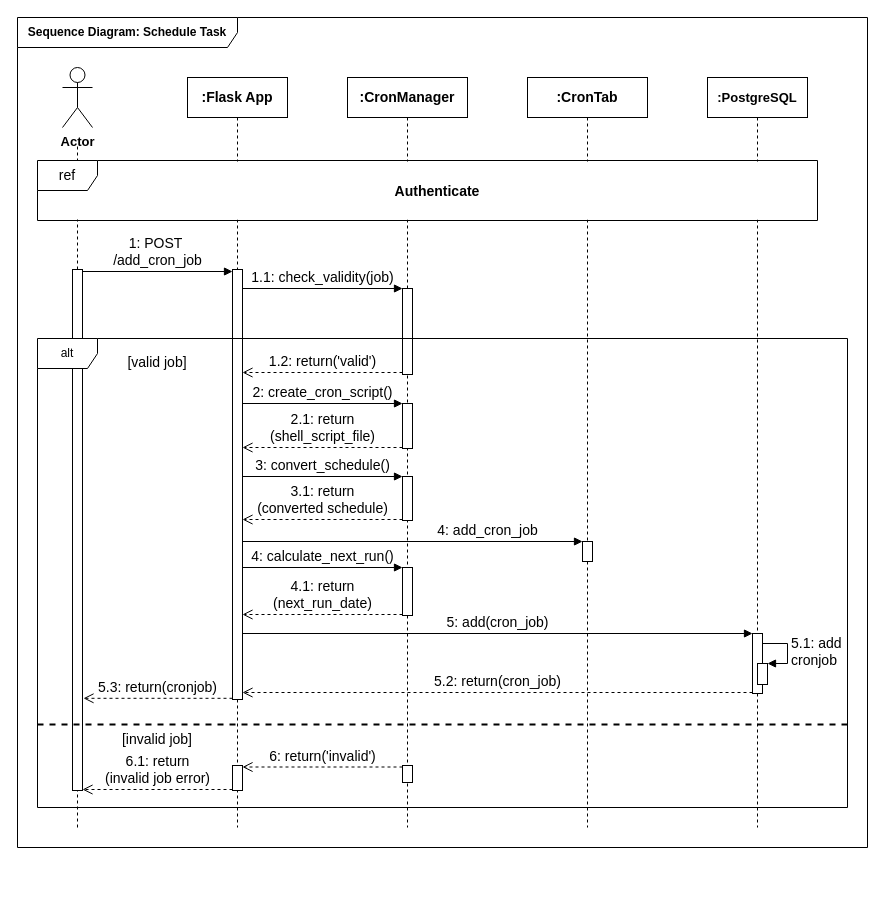
Before: sequence_schedule_task.drawio in DrXneaky/Diagram, a draw.io diagram. Source tidied: cells renumbered, new cells numbered last; positions are measured from the earlier drawing's top-left corner, leaving out a move shared by most shapes. Both pictures are drawn from the tidied source at 100%, with x=0, y=0 at pixel (17, 17).
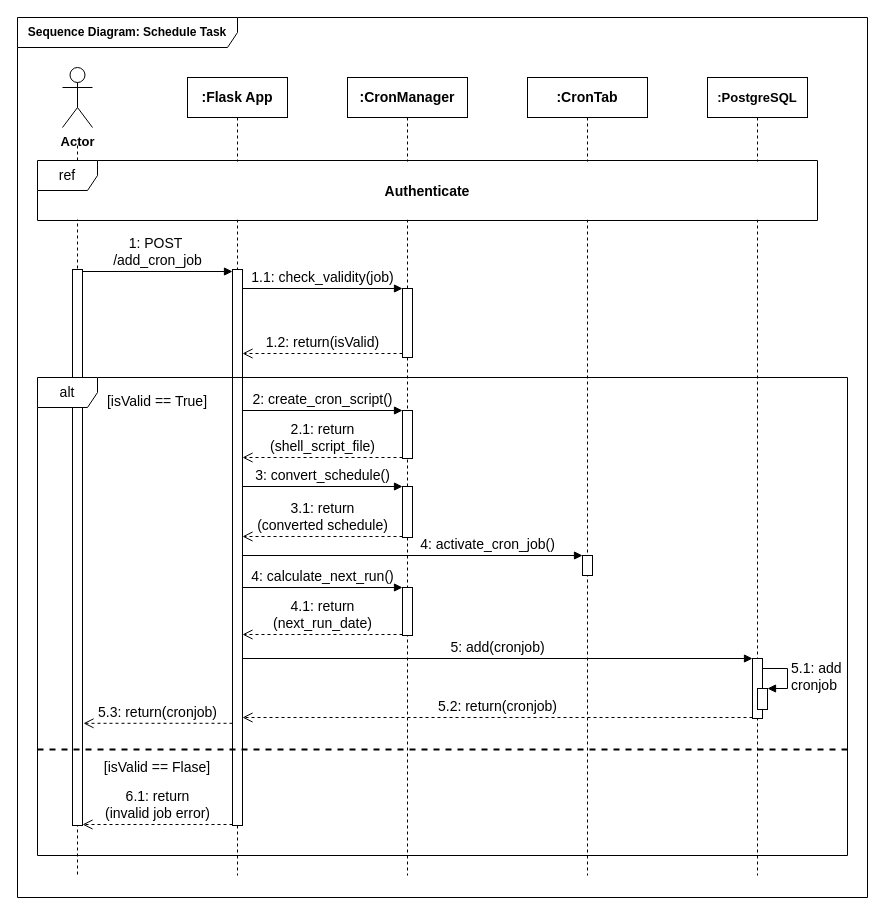
After the change.

Diff of the diagram source:
```diff
@@
     <mxCell id="2" value="&lt;b&gt;&lt;font face=&quot;Old Standard TT&quot;&gt;Sequence Diagram: Schedule Task&lt;/font&gt;&lt;/b&gt;" style="shape=umlFrame;whiteSpace=wrap;html=1;width=220;height=30;" parent="1" vertex="1">
-      <mxGeometry width="850" height="830" as="geometry" />
+      <mxGeometry width="850" height="880" as="geometry" />
     </mxCell>
     <mxCell id="3" style="endArrow=none;dashed=1;html=1;" parent="1" edge="1">
       <mxGeometry relative="1" as="geometry">
-        <mxPoint x="60" y="810" as="sourcePoint" />
+        <mxPoint x="60" y="857" as="sourcePoint" />
         <mxPoint x="60" y="128" as="targetPoint" />
       </mxGeometry>
     </mxCell>
     <mxCell id="4" value="&lt;font face=&quot;Old Standard TT&quot; size=&quot;1&quot;&gt;&lt;b style=&quot;font-size: 14px&quot;&gt;:CronTab&lt;/b&gt;&lt;/font&gt;" style="shape=umlLifeline;perimeter=lifelinePerimeter;whiteSpace=wrap;html=1;" parent="1" vertex="1">
-      <mxGeometry x="510" y="60" width="120" height="750" as="geometry" />
+      <mxGeometry x="510" y="60" width="120" height="798" as="geometry" />
     </mxCell>
     <mxCell id="5" value="&lt;font face=&quot;Old Standard TT&quot; size=&quot;1&quot;&gt;&lt;b style=&quot;font-size: 13px&quot;&gt;:PostgreSQL&lt;/b&gt;&lt;/font&gt;" style="shape=umlLifeline;perimeter=lifelinePerimeter;whiteSpace=wrap;html=1;" parent="1" vertex="1">
-      <mxGeometry x="690" y="60" width="100" height="750" as="geometry" />
+      <mxGeometry x="690" y="60" width="100" height="798" as="geometry" />
     </mxCell>
     <mxCell id="6" style="html=1;points=[];perimeter=orthogonalPerimeter;strokeWidth=1;fontFamily=Old Standard TT;fontSize=14;" parent="5" vertex="1">
-      <mxGeometry x="45" y="556" width="10" height="60" as="geometry" />
+      <mxGeometry x="45" y="581" width="10" height="60" as="geometry" />
     </mxCell>
     <mxCell id="7" style="html=1;points=[];perimeter=orthogonalPerimeter;strokeWidth=1;fontFamily=Old Standard TT;fontSize=14;" parent="5" vertex="1">
-      <mxGeometry x="50" y="586" width="10" height="21" as="geometry" />
+      <mxGeometry x="50" y="611" width="10" height="21" as="geometry" />
     </mxCell>
     <mxCell id="8" value="5.1: add&lt;br&gt;cronjob" style="edgeStyle=orthogonalEdgeStyle;html=1;align=left;spacingLeft=2;endArrow=block;rounded=0;entryX=1;entryY=0;labelBackgroundColor=none;strokeWidth=1;fontFamily=Old Standard TT;fontSize=14;" parent="5" edge="1" target="7">
       <mxGeometry relative="1" as="geometry">
-        <mxPoint x="55" y="566" as="sourcePoint" />
+        <mxPoint x="55" y="591" as="sourcePoint" />
         <Array as="points">
-          <mxPoint x="80" y="566" />
+          <mxPoint x="80" y="591" />
         </Array>
       </mxGeometry>
     </mxCell>
@@
     <mxCell id="10" value="&lt;font face=&quot;Old Standard TT&quot; size=&quot;1&quot;&gt;&lt;b style=&quot;font-size: 14px&quot;&gt;:Flask App&lt;/b&gt;&lt;/font&gt;" style="shape=umlLifeline;perimeter=lifelinePerimeter;whiteSpace=wrap;html=1;" parent="1" vertex="1">
-      <mxGeometry x="170" y="60" width="100" height="750" as="geometry" />
+      <mxGeometry x="170" y="60" width="100" height="798" as="geometry" />
     </mxCell>
     <mxCell id="11" style="html=1;points=[];perimeter=orthogonalPerimeter;" parent="10" vertex="1">
-      <mxGeometry x="45" y="192" width="10" height="430" as="geometry" />
+      <mxGeometry x="45" y="192" width="10" height="556" as="geometry" />
     </mxCell>
-    <mxCell id="12" style="html=1;perimeter=orthogonalPerimeter;strokeWidth=1;fontFamily=Old Standard TT;fontSize=14;" parent="10" vertex="1">
-      <mxGeometry x="45" y="688" width="10" height="25" as="geometry" />
-    </mxCell>
@@
     <mxCell id="14" style="html=1;perimeter=orthogonalPerimeter;" parent="1" vertex="1">
-      <mxGeometry x="55" y="252" width="10" height="521" as="geometry" />
+      <mxGeometry x="55" y="252" width="10" height="556" as="geometry" />
     </mxCell>
     <mxCell id="15" value="&lt;font face=&quot;Old Standard TT&quot; size=&quot;1&quot;&gt;&lt;b style=&quot;font-size: 14px&quot;&gt;:CronManager&lt;/b&gt;&lt;/font&gt;" style="shape=umlLifeline;perimeter=lifelinePerimeter;whiteSpace=wrap;html=1;" parent="1" vertex="1">
-      <mxGeometry x="330" y="60" width="120" height="750" as="geometry" />
+      <mxGeometry x="330" y="60" width="120" height="798" as="geometry" />
     </mxCell>
     <mxCell id="16" style="html=1;perimeter=orthogonalPerimeter;" parent="15" vertex="1">
-      <mxGeometry x="235" y="464" width="10" height="20" as="geometry" />
+      <mxGeometry x="235" y="478" width="10" height="20" as="geometry" />
     </mxCell>
     <mxCell id="17" style="html=1;points=[];perimeter=orthogonalPerimeter;fontFamily=Old Standard TT;fontSize=14;" parent="15" vertex="1">
-      <mxGeometry x="55" y="399" width="10" height="44" as="geometry" />
+      <mxGeometry x="55" y="409" width="10" height="51" as="geometry" />
     </mxCell>
     <mxCell id="18" style="html=1;points=[];perimeter=orthogonalPerimeter;strokeWidth=1;fontFamily=Old Standard TT;fontSize=14;" parent="15" vertex="1">
-      <mxGeometry x="55" y="211" width="10" height="86" as="geometry" />
+      <mxGeometry x="55" y="211" width="10" height="69" as="geometry" />
     </mxCell>
     <mxCell id="19" style="html=1;points=[];perimeter=orthogonalPerimeter;fontFamily=Old Standard TT;fontSize=14;" parent="15" vertex="1">
-      <mxGeometry x="55" y="326" width="10" height="45" as="geometry" />
+      <mxGeometry x="55" y="333" width="10" height="48" as="geometry" />
     </mxCell>
     <mxCell id="20" value="2.1: return&lt;br&gt;(shell_script_file)" style="html=1;verticalAlign=bottom;endArrow=open;dashed=1;endSize=8;exitX=0;exitY=0.95;labelBackgroundColor=none;fontFamily=Old Standard TT;fontSize=14;" parent="15" edge="1">
       <mxGeometry relative="1" as="geometry">
-        <mxPoint x="55" y="370" as="sourcePoint" />
-        <mxPoint x="-105" y="370" as="targetPoint" />
+        <mxPoint x="55" y="380" as="sourcePoint" />
+        <mxPoint x="-105" y="380" as="targetPoint" />
       </mxGeometry>
     </mxCell>
     <mxCell id="21" value="2: create_cron_script()" style="html=1;verticalAlign=bottom;endArrow=block;entryX=0;entryY=0;labelBackgroundColor=none;fontFamily=Old Standard TT;fontSize=14;" parent="15" edge="1" target="19">
       <mxGeometry relative="1" as="geometry">
-        <mxPoint x="-105" y="326" as="sourcePoint" />
+        <mxPoint x="-105" y="333" as="sourcePoint" />
       </mxGeometry>
     </mxCell>
-    <mxCell id="22" style="html=1;perimeter=orthogonalPerimeter;strokeWidth=1;fontFamily=Old Standard TT;fontSize=14;" parent="15" vertex="1">
-      <mxGeometry x="55" y="688" width="10" height="17" as="geometry" />
-    </mxCell>
-    <mxCell id="23" value="Authenticate" style="text;align=center;fontStyle=1;verticalAlign=middle;spacingLeft=3;spacingRight=3;strokeColor=none;fontFamily=Old Standard TT;fontSize=14;fillColor=#ffffff;" parent="1" vertex="1">
-      <mxGeometry x="50" y="144" width="740" height="58" as="geometry" />
-    </mxCell>
-    <mxCell id="24" value="ref" style="shape=umlFrame;whiteSpace=wrap;html=1;strokeWidth=1;fontFamily=Old Standard TT;fontSize=14;" parent="1" vertex="1">
-      <mxGeometry x="20" y="143" width="780" height="60" as="geometry" />
-    </mxCell>
-    <mxCell id="25" value="&lt;font style=&quot;font-size: 14px&quot; face=&quot;Old Standard TT&quot;&gt;4: add_cron_job&lt;/font&gt;" style="html=1;verticalAlign=bottom;endArrow=block;labelBackgroundColor=none;" parent="1" edge="1">
+    <mxCell id="25" value="&lt;font style=&quot;font-size: 14px&quot; face=&quot;Old Standard TT&quot;&gt;4: activate_cron_job()&lt;/font&gt;" style="html=1;verticalAlign=bottom;endArrow=block;labelBackgroundColor=none;" parent="1" edge="1">
       <mxGeometry x="0.44" relative="1" as="geometry">
-        <mxPoint x="225" y="524" as="sourcePoint" />
-        <mxPoint x="565" y="524" as="targetPoint" />
+        <mxPoint x="225" y="538" as="sourcePoint" />
+        <mxPoint x="565" y="538" as="targetPoint" />
       </mxGeometry>
     </mxCell>
-    <mxCell id="26" value="[valid job]" style="text;align=center;fontStyle=0;verticalAlign=middle;spacingLeft=3;spacingRight=3;strokeColor=none;fontFamily=Old Standard TT;fontSize=14;" parent="1" vertex="1">
-      <mxGeometry x="100" y="331" width="80" height="26" as="geometry" />
+    <mxCell id="26" value="[isValid == True]" style="text;align=center;fontStyle=0;verticalAlign=middle;spacingLeft=3;spacingRight=3;strokeColor=none;fontFamily=Old Standard TT;fontSize=14;" parent="1" vertex="1">
+      <mxGeometry x="100" y="370" width="80" height="26" as="geometry" />
     </mxCell>
     <mxCell id="27" value="3.1: return&lt;br&gt;(converted schedule)" style="html=1;verticalAlign=bottom;endArrow=open;dashed=1;endSize=8;exitX=0;exitY=0.95;labelBackgroundColor=none;fontFamily=Old Standard TT;fontSize=14;" parent="1" edge="1">
       <mxGeometry relative="1" as="geometry">
-        <mxPoint x="385" y="502" as="sourcePoint" />
-        <mxPoint x="225" y="502" as="targetPoint" />
+        <mxPoint x="385" y="519" as="sourcePoint" />
+        <mxPoint x="225" y="519" as="targetPoint" />
       </mxGeometry>
     </mxCell>
-    <mxCell id="28" value="3: convert_schedule()" style="html=1;verticalAlign=bottom;endArrow=block;entryX=0;entryY=0;labelBackgroundColor=none;fontFamily=Old Standard TT;fontSize=14;" parent="1" edge="1" target="17">
+    <mxCell id="28" value="3: convert_schedule()" style="html=1;verticalAlign=bottom;endArrow=block;entryX=0;entryY=0;labelBackgroundColor=none;fontFamily=Old Standard TT;fontSize=14;" parent="1" edge="1">
       <mxGeometry relative="1" as="geometry">
-        <mxPoint x="225" y="459" as="sourcePoint" />
+        <mxPoint x="225" y="469" as="sourcePoint" />
+        <mxPoint x="385" y="469" as="targetPoint" />
       </mxGeometry>
     </mxCell>
     <mxCell id="29" style="html=1;points=[];perimeter=orthogonalPerimeter;fontFamily=Old Standard TT;fontSize=14;" parent="1" vertex="1">
-      <mxGeometry x="385" y="550" width="10" height="48" as="geometry" />
+      <mxGeometry x="385" y="570" width="10" height="48" as="geometry" />
     </mxCell>
     <mxCell id="30" value="4.1: return&lt;br&gt;(next_run_date)" style="html=1;verticalAlign=bottom;endArrow=open;dashed=1;endSize=8;exitX=0;exitY=0.95;labelBackgroundColor=none;fontFamily=Old Standard TT;fontSize=14;" parent="1" edge="1">
       <mxGeometry relative="1" as="geometry">
-        <mxPoint x="385" y="597" as="sourcePoint" />
-        <mxPoint x="225" y="597" as="targetPoint" />
+        <mxPoint x="385" y="617" as="sourcePoint" />
+        <mxPoint x="225" y="617" as="targetPoint" />
       </mxGeometry>
     </mxCell>
     <mxCell id="31" value="4: calculate_next_run()" style="html=1;verticalAlign=bottom;endArrow=block;entryX=0;entryY=0;labelBackgroundColor=none;fontFamily=Old Standard TT;fontSize=14;" parent="1" edge="1" target="29">
       <mxGeometry relative="1" as="geometry">
-        <mxPoint x="225" y="550" as="sourcePoint" />
+        <mxPoint x="225" y="570" as="sourcePoint" />
       </mxGeometry>
     </mxCell>
-    <mxCell id="32" value="[invalid job]" style="text;align=center;fontStyle=0;verticalAlign=middle;spacingLeft=3;spacingRight=3;strokeColor=none;fontFamily=Old Standard TT;fontSize=14;" parent="1" vertex="1">
-      <mxGeometry x="100" y="708" width="80" height="26" as="geometry" />
+    <mxCell id="32" value="[isValid == Flase]" style="text;align=center;fontStyle=0;verticalAlign=middle;spacingLeft=3;spacingRight=3;strokeColor=none;fontFamily=Old Standard TT;fontSize=14;" parent="1" vertex="1">
+      <mxGeometry x="70" y="736" width="140" height="26" as="geometry" />
     </mxCell>
@@
-    <mxCell id="34" value="1.2: return('valid')" style="html=1;verticalAlign=bottom;endArrow=open;endSize=8;labelBackgroundColor=none;fontFamily=Old Standard TT;fontSize=14;strokeWidth=1;dashed=1;" parent="1" edge="1">
+    <mxCell id="34" value="1.2: return(isValid)" style="html=1;verticalAlign=bottom;endArrow=open;endSize=8;labelBackgroundColor=none;fontFamily=Old Standard TT;fontSize=14;strokeWidth=1;dashed=1;" parent="1" edge="1">
       <mxGeometry relative="1" as="geometry">
-        <mxPoint x="385" y="355" as="sourcePoint" />
-        <mxPoint x="225" y="355" as="targetPoint" />
+        <mxPoint x="385" y="336" as="sourcePoint" />
+        <mxPoint x="225" y="336" as="targetPoint" />
       </mxGeometry>
     </mxCell>
-    <mxCell id="35" value="5: add(cron_job)" style="html=1;verticalAlign=bottom;endArrow=block;entryX=0;entryY=0;labelBackgroundColor=none;strokeWidth=1;fontFamily=Old Standard TT;fontSize=14;" parent="1" edge="1" target="6">
+    <mxCell id="35" value="5: add(cronjob)" style="html=1;verticalAlign=bottom;endArrow=block;entryX=0;entryY=0;labelBackgroundColor=none;strokeWidth=1;fontFamily=Old Standard TT;fontSize=14;" parent="1" edge="1" target="6">
       <mxGeometry relative="1" as="geometry">
-        <mxPoint x="225" y="616" as="sourcePoint" />
+        <mxPoint x="225" y="641" as="sourcePoint" />
       </mxGeometry>
     </mxCell>
-    <mxCell id="36" value="5.2: return(cron_job)" style="html=1;verticalAlign=bottom;endArrow=open;dashed=1;endSize=8;exitX=0;exitY=0.95;labelBackgroundColor=none;strokeWidth=1;fontFamily=Old Standard TT;fontSize=14;" parent="1" edge="1">
+    <mxCell id="36" value="5.2: return(cronjob)" style="html=1;verticalAlign=bottom;endArrow=open;dashed=1;endSize=8;exitX=0;exitY=0.95;labelBackgroundColor=none;strokeWidth=1;fontFamily=Old Standard TT;fontSize=14;" parent="1" edge="1">
       <mxGeometry relative="1" as="geometry">
-        <mxPoint x="735" y="675" as="sourcePoint" />
-        <mxPoint x="225" y="675" as="targetPoint" />
+        <mxPoint x="735" y="700" as="sourcePoint" />
+        <mxPoint x="225" y="700" as="targetPoint" />
       </mxGeometry>
     </mxCell>
-    <mxCell id="37" value="6: return('invalid')" style="html=1;verticalAlign=bottom;endArrow=open;dashed=1;endSize=8;labelBackgroundColor=none;strokeWidth=1;fontFamily=Old Standard TT;fontSize=14;" parent="1" edge="1">
-      <mxGeometry relative="1" as="geometry">
-        <mxPoint x="385" y="749.5" as="sourcePoint" />
-        <mxPoint x="225" y="749.5" as="targetPoint" />
-      </mxGeometry>
-    </mxCell>
     <mxCell id="38" value="6.1: return&lt;br&gt;(invalid job error)" style="html=1;verticalAlign=bottom;endArrow=open;dashed=1;endSize=8;labelBackgroundColor=none;strokeWidth=1;fontFamily=Old Standard TT;fontSize=14;" parent="1" edge="1">
       <mxGeometry relative="1" as="geometry">
-        <mxPoint x="215" y="772" as="sourcePoint" />
-        <mxPoint x="65" y="772" as="targetPoint" />
+        <mxPoint x="215" y="807" as="sourcePoint" />
+        <mxPoint x="65" y="807" as="targetPoint" />
       </mxGeometry>
     </mxCell>
     <mxCell id="39" value="5.3: return(cronjob)" style="html=1;verticalAlign=bottom;endArrow=open;dashed=1;endSize=8;labelBackgroundColor=none;strokeWidth=1;fontFamily=Old Standard TT;fontSize=14;entryX=1.1;entryY=0.8;entryDx=0;entryDy=0;entryPerimeter=0;" parent="1" edge="1">
       <mxGeometry x="0.01" relative="1" as="geometry">
-        <mxPoint x="215" y="680.8" as="sourcePoint" />
-        <mxPoint x="66" y="680.8" as="targetPoint" />
+        <mxPoint x="215" y="705.8" as="sourcePoint" />
+        <mxPoint x="66" y="705.8" as="targetPoint" />
       </mxGeometry>
     </mxCell>
     <mxCell id="40" style="line;strokeWidth=2;fillColor=none;align=left;verticalAlign=middle;spacingTop=-1;spacingLeft=3;spacingRight=3;labelPosition=right;fontFamily=Old Standard TT;fontSize=14;dashed=1;" parent="1" vertex="1">
-      <mxGeometry x="20" y="703" width="810" height="8" as="geometry" />
+      <mxGeometry x="20" y="728" width="810" height="8" as="geometry" />
     </mxCell>
+    <mxCell id="23" value="Authenticate" style="text;align=center;fontStyle=1;verticalAlign=middle;spacingLeft=3;spacingRight=3;strokeColor=none;fontFamily=Old Standard TT;fontSize=14;fillColor=#ffffff;" parent="1" vertex="1">
+      <mxGeometry x="21" y="144" width="778" height="58" as="geometry" />
+    </mxCell>
+    <mxCell id="24" value="ref" style="shape=umlFrame;whiteSpace=wrap;html=1;strokeWidth=1;fontFamily=Old Standard TT;fontSize=14;" parent="1" vertex="1">
+      <mxGeometry x="20" y="143" width="780" height="60" as="geometry" />
+    </mxCell>
-    <mxCell id="41" value="alt" style="shape=umlFrame;whiteSpace=wrap;html=1;" parent="1" vertex="1">
-      <mxGeometry x="20" y="321" width="810" height="469" as="geometry" />
+    <mxCell id="41" value="&lt;font face=&quot;Old Standard TT&quot; style=&quot;font-size: 14px&quot;&gt;alt&lt;/font&gt;" style="shape=umlFrame;whiteSpace=wrap;html=1;" parent="1" vertex="1">
+      <mxGeometry x="20" y="360" width="810" height="478" as="geometry" />
     </mxCell>
```
